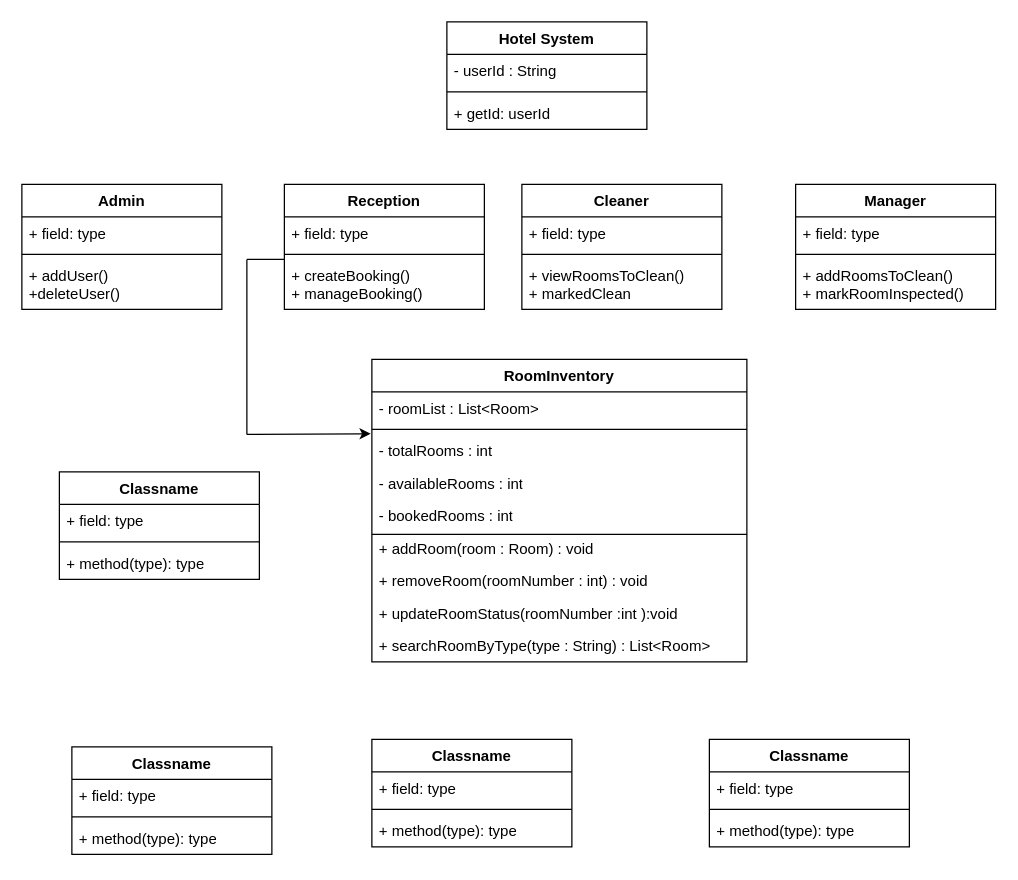
The draw.io diagram src/UMLDiagrams/Hotel Management System Class Diagram.drawio in MauricePrendeville/Group-6-Project-ATU-Software-Development, before the edit. Source tidied: cells renumbered, new cells numbered last; positions are measured from the earlier drawing's top-left corner, leaving out a move shared by most shapes. Both pictures are drawn from the tidied source at 125%, with x=0, y=0 at pixel (21, 21).
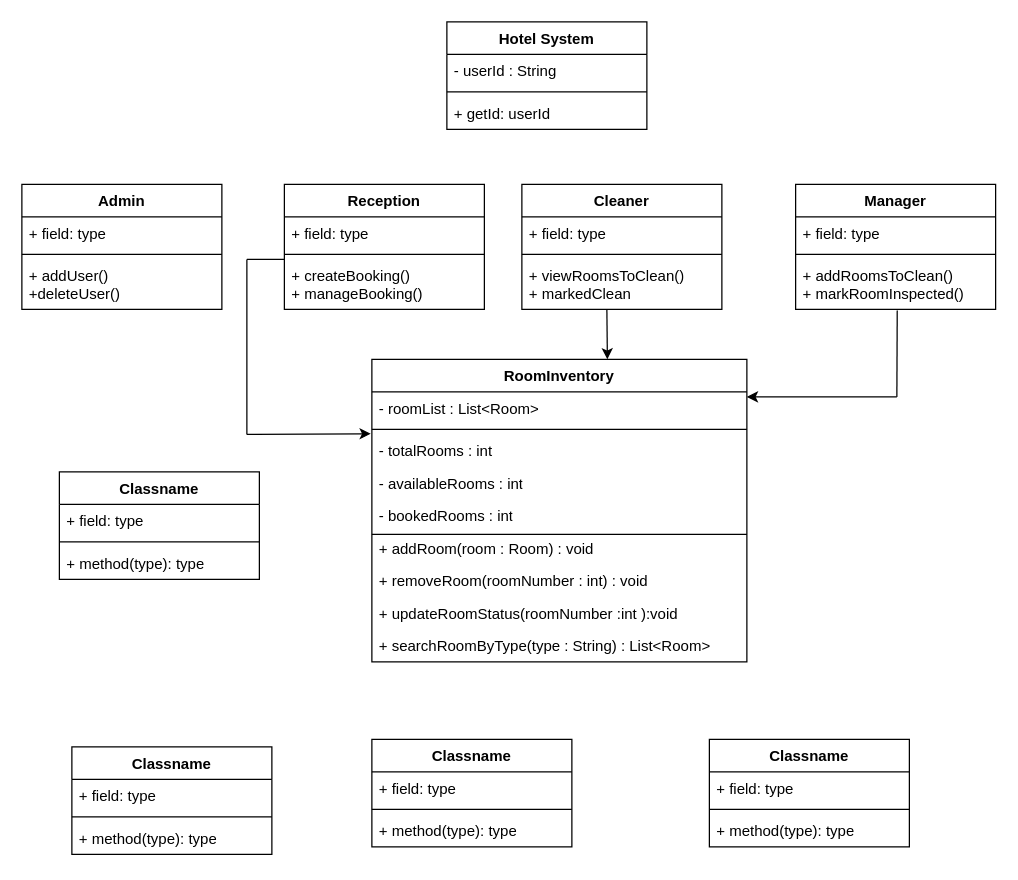
Above is the later version.

Commit message:
Updated the class diagram

The change refers to these unchanged cells:
```xml
<mxCell id="29" value="+ addRoomsToClean()&lt;div&gt;+ markRoomInspected()&lt;/div&gt;" style="text;strokeColor=none;fillColor=none;align=left;verticalAlign=top;spacingLeft=4;spacingRight=4;overflow=hidden;points=[[0,0.5],[1,0.5]];portConstraint=eastwest;whiteSpace=wrap;html=1;" parent="26" vertex="1">
  <mxGeometry y="60" width="160" height="40" as="geometry" />
</mxCell>
<mxCell id="38" value="RoomInventory" style="swimlane;fontStyle=1;align=center;verticalAlign=top;horizontal=1;startSize=26;whiteSpace=wrap;html=1;" parent="1" vertex="1">
  <mxGeometry x="280" y="270" width="300" height="242" as="geometry" />
</mxCell>
<mxCell id="39" value="- roomList : List&amp;lt;Room&amp;gt;" style="text;strokeColor=none;fillColor=none;align=left;verticalAlign=top;spacingLeft=4;spacingRight=4;overflow=hidden;points=[[0,0.5],[1,0.5]];portConstraint=eastwest;whiteSpace=wrap;html=1;" parent="38" vertex="1">
  <mxGeometry y="26" width="300" height="26" as="geometry" />
</mxCell>
```

The edit, as a diff of the source:
```diff
@@
+    <mxCell id="52" style="endArrow=none;html=1;entryX=0.508;entryY=1.021;entryDx=0;entryDy=0;entryPerimeter=0;" parent="1" edge="1" target="29">
+      <mxGeometry relative="1" as="geometry">
+        <mxPoint x="700" y="300" as="sourcePoint" />
+      </mxGeometry>
+    </mxCell>
+    <mxCell id="53" style="endArrow=classic;html=1;entryX=1;entryY=0.154;entryDx=0;entryDy=0;entryPerimeter=0;" parent="1" edge="1" target="39">
+      <mxGeometry relative="1" as="geometry">
+        <mxPoint x="700" y="300" as="sourcePoint" />
+      </mxGeometry>
+    </mxCell>
+    <mxCell id="54" style="endArrow=classic;html=1;entryX=0.628;entryY=0;entryDx=0;entryDy=0;entryPerimeter=0;" parent="1" edge="1" target="38">
+      <mxGeometry relative="1" as="geometry">
+        <mxPoint x="468" y="230" as="sourcePoint" />
+      </mxGeometry>
+    </mxCell>
```
